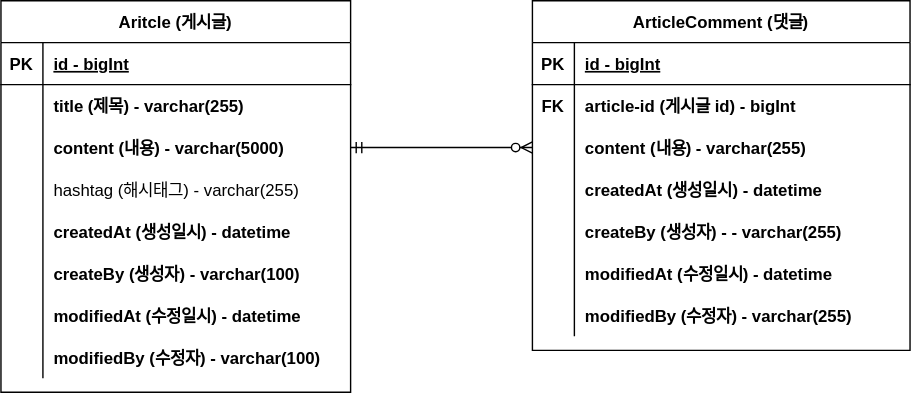
This is document/project01-board-erd.svg from hoochh/project01_board-service, a draw.io export, as it was before one commit. Source tidied: cells renumbered, new cells last; positions are measured from the earlier drawing's top-left corner, leaving out a move shared by most shapes.
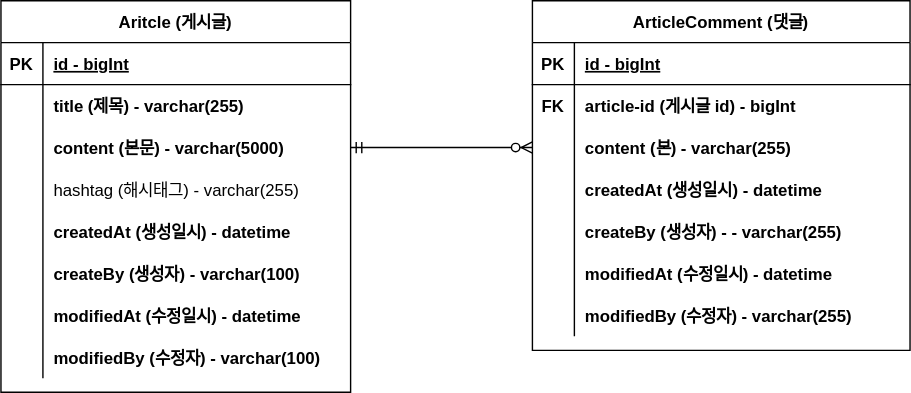
After the change.

Commit message:
#11 - ERD 주석 업데이트: project01-board-erd.svg

What changed in the source:
```diff
@@ -29,7 +29,7 @@
     <mxCell id="10" style="shape=partialRectangle;overflow=hidden;fillColor=none;top=0;left=0;bottom=0;right=0;fontStyle=1;" parent="9" vertex="1">
       <mxGeometry width="30" height="30" as="geometry" />
     </mxCell>
-    <mxCell id="11" value="content (내용) - varchar(5000)" style="shape=partialRectangle;overflow=hidden;fillColor=none;top=0;left=0;bottom=0;right=0;align=left;spacingLeft=6;fontStyle=1;" parent="9" vertex="1">
+    <mxCell id="11" value="content (본문) - varchar(5000)" style="shape=partialRectangle;overflow=hidden;fillColor=none;top=0;left=0;bottom=0;right=0;align=left;spacingLeft=6;fontStyle=1;" parent="9" vertex="1">
       <mxGeometry x="30" width="220" height="30" as="geometry" />
     </mxCell>
     <mxCell id="12" style="shape=partialRectangle;fillColor=none;top=0;left=0;right=0;bottom=0;fontStyle=1;" parent="2" vertex="1">
@@ -104,7 +104,7 @@
     <mxCell id="35" style="shape=partialRectangle;overflow=hidden;fillColor=none;top=0;left=0;bottom=0;right=0;fontStyle=1;" parent="34" vertex="1">
       <mxGeometry width="30" height="30" as="geometry" />
     </mxCell>
-    <mxCell id="36" value="content (내용) - varchar(255)" style="shape=partialRectangle;overflow=hidden;fillColor=none;top=0;left=0;bottom=0;right=0;align=left;spacingLeft=6;fontStyle=1;" parent="34" vertex="1">
+    <mxCell id="36" value="content (본) - varchar(255)" style="shape=partialRectangle;overflow=hidden;fillColor=none;top=0;left=0;bottom=0;right=0;align=left;spacingLeft=6;fontStyle=1;" parent="34" vertex="1">
       <mxGeometry x="30" width="240" height="30" as="geometry" />
     </mxCell>
     <mxCell id="37" style="shape=partialRectangle;fillColor=none;top=0;left=0;right=0;bottom=0;fontStyle=1;" parent="27" vertex="1">
```
